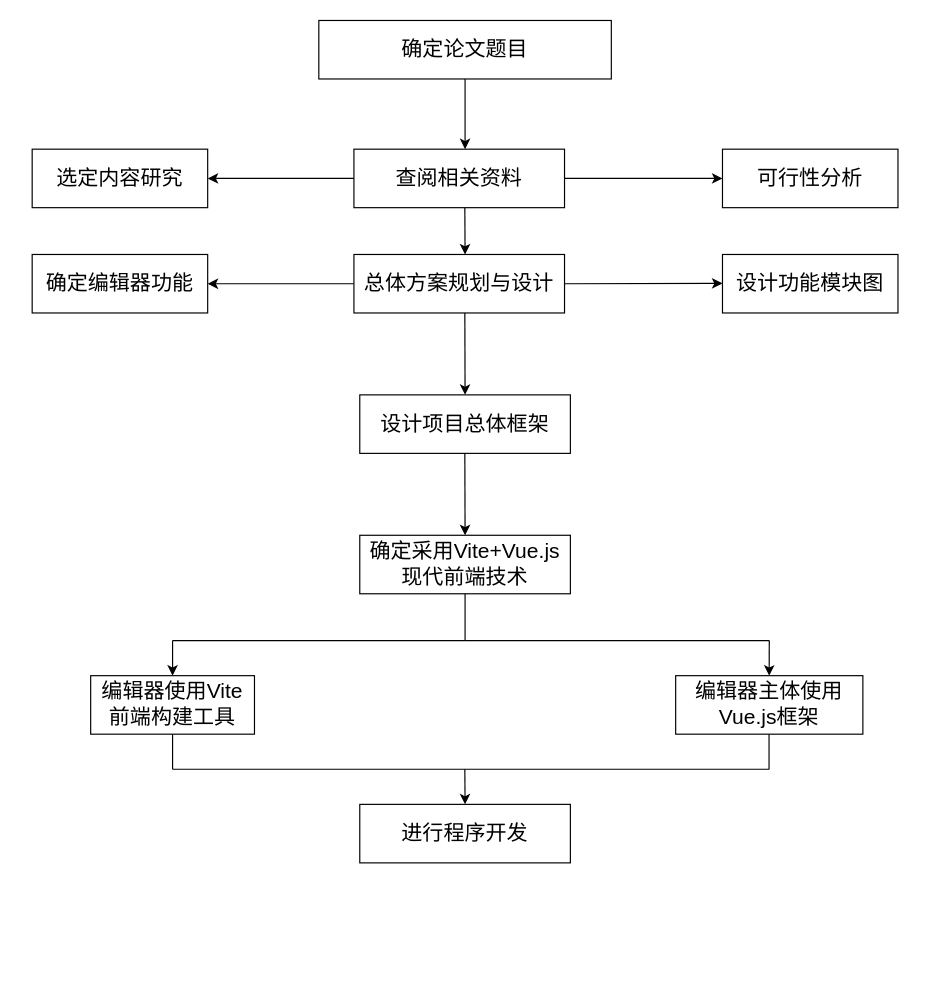
Before: ClassWorks/未命名绘图.drawio in Yaozongbin0828/UMLetDraw, a draw.io diagram. Source tidied: cells renumbered, new cells numbered last; positions are measured from the earlier drawing's top-left corner, leaving out a move shared by most shapes. Both pictures are drawn from the tidied source at 117%, with x=0, y=0 at pixel (32, 20).
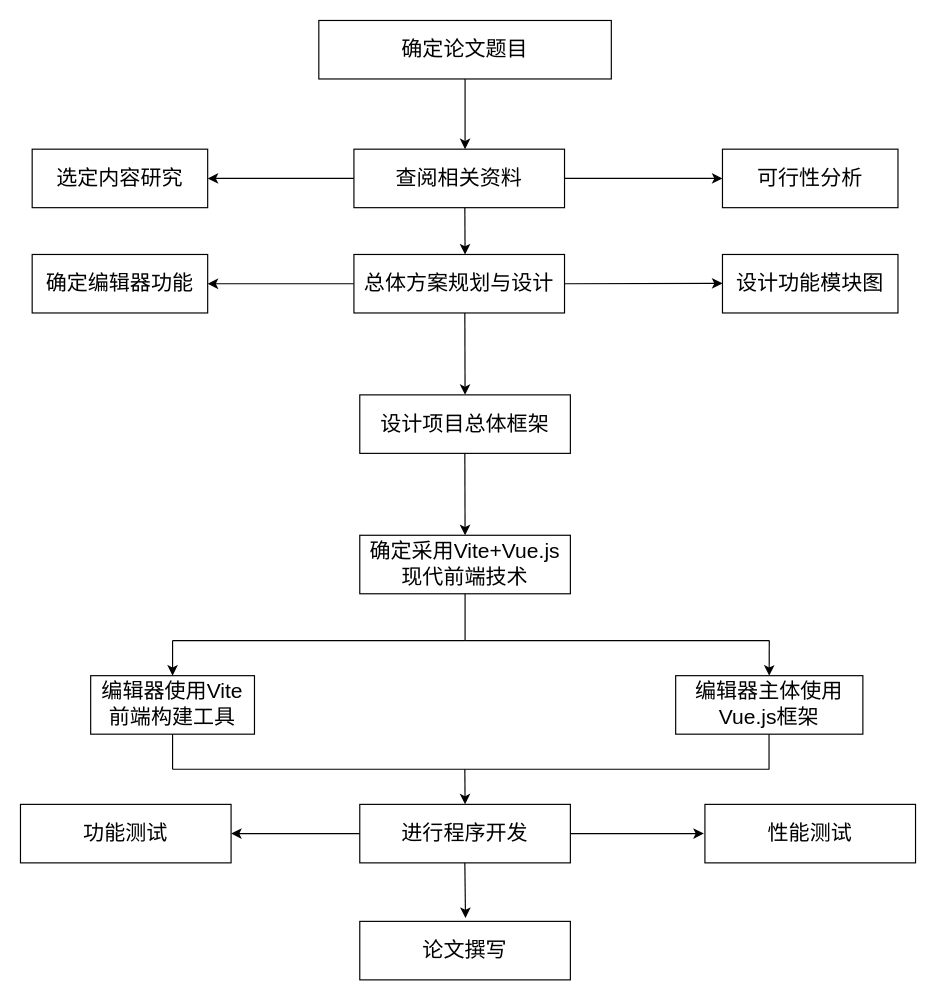
After the change.

Commit message:
更新未命名绘图.drawio

Unchanged cells that the change refers to:
```xml
<mxCell id="31" value="&lt;span style=&quot;font-size: 18px;&quot;&gt;进行程序开发&lt;/span&gt;" style="rounded=0;whiteSpace=wrap;html=1;" parent="1" vertex="1">
  <mxGeometry x="280" y="670" width="180" height="50" as="geometry" />
</mxCell>
```

The edit, as a diff of the source:
```diff
@@
-<mxGraphModel>
+<mxGraphModel background="#FFFFFF">
@@
+    <mxCell id="32" style="edgeStyle=orthogonalEdgeStyle;rounded=0;jettySize=auto;html=1;" parent="1" edge="1" source="31">
+      <mxGeometry relative="1" as="geometry">
+        <mxPoint x="170" y="695" as="targetPoint" />
+      </mxGeometry>
+    </mxCell>
+    <mxCell id="33" style="edgeStyle=orthogonalEdgeStyle;rounded=0;jettySize=auto;html=1;entryX=-0.005;entryY=0.499;entryDx=0;entryDy=0;entryPerimeter=0;" parent="1" edge="1" source="31" target="37">
+      <mxGeometry relative="1" as="geometry" />
+    </mxCell>
@@
+    <mxCell id="34" value="&lt;span style=&quot;font-size: 18px;&quot;&gt;论文撰写&lt;/span&gt;" style="rounded=0;whiteSpace=wrap;html=1;" parent="1" vertex="1">
+      <mxGeometry x="280" y="770" width="180" height="50" as="geometry" />
+    </mxCell>
+    <mxCell id="35" style="endArrow=classic;html=1;rounded=0;entryX=0.502;entryY=-0.057;entryDx=0;entryDy=0;entryPerimeter=0;" parent="1" edge="1" target="34">
+      <mxGeometry relative="1" as="geometry">
+        <mxPoint x="369.8" y="720" as="sourcePoint" />
+      </mxGeometry>
+    </mxCell>
+    <mxCell id="36" value="&lt;span style=&quot;font-size: 18px;&quot;&gt;功能测试&lt;/span&gt;" style="rounded=0;whiteSpace=wrap;html=1;" parent="1" vertex="1">
+      <mxGeometry x="-10" y="670" width="180" height="50" as="geometry" />
+    </mxCell>
+    <mxCell id="37" value="&lt;span style=&quot;font-size: 18px;&quot;&gt;性能测试&lt;/span&gt;" style="rounded=0;whiteSpace=wrap;html=1;" parent="1" vertex="1">
+      <mxGeometry x="575" y="670" width="180" height="50" as="geometry" />
+    </mxCell>
```
